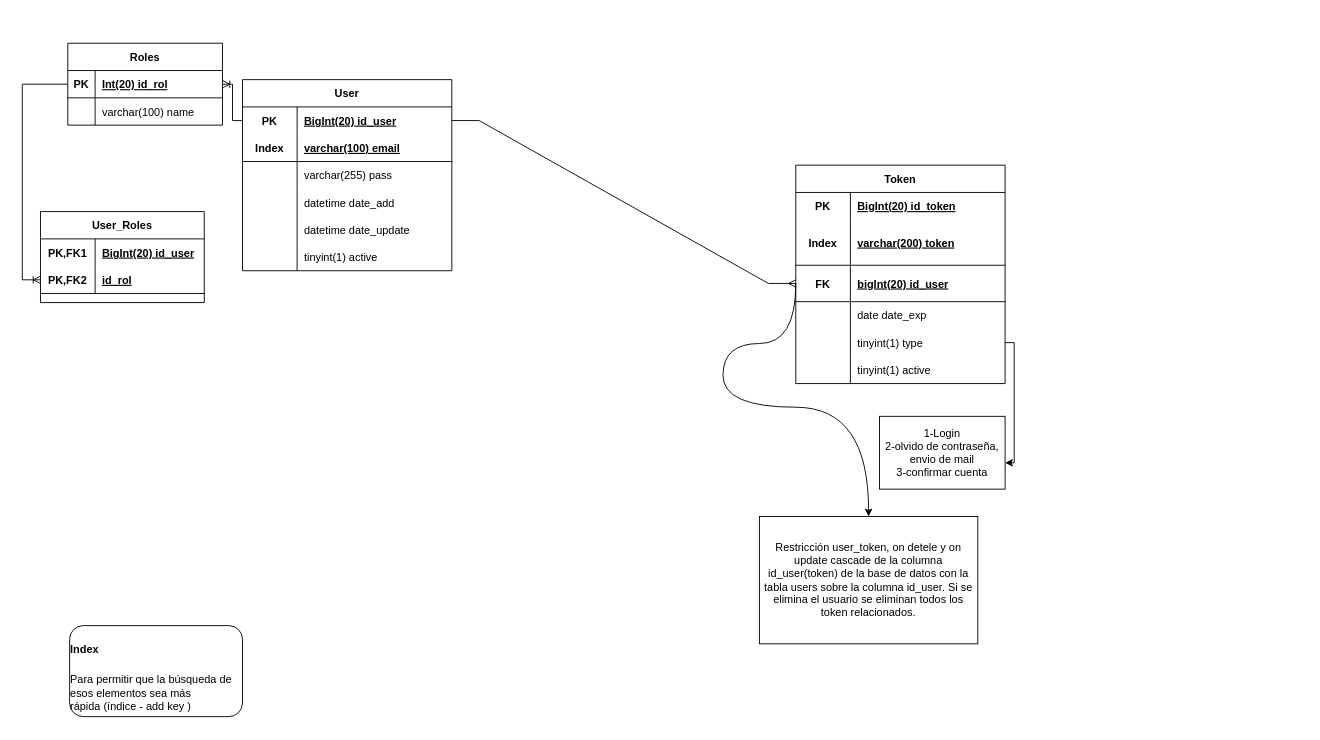
The draw.io diagram database/Mapflet.drawio in C1b3r/easymap, before the edit. Source tidied: cells renumbered, new cells numbered last; positions are measured from the earlier drawing's top-left corner, leaving out a move shared by most shapes. Both pictures are drawn from the tidied source at 91%, with x=0, y=0 at pixel (22, 43).
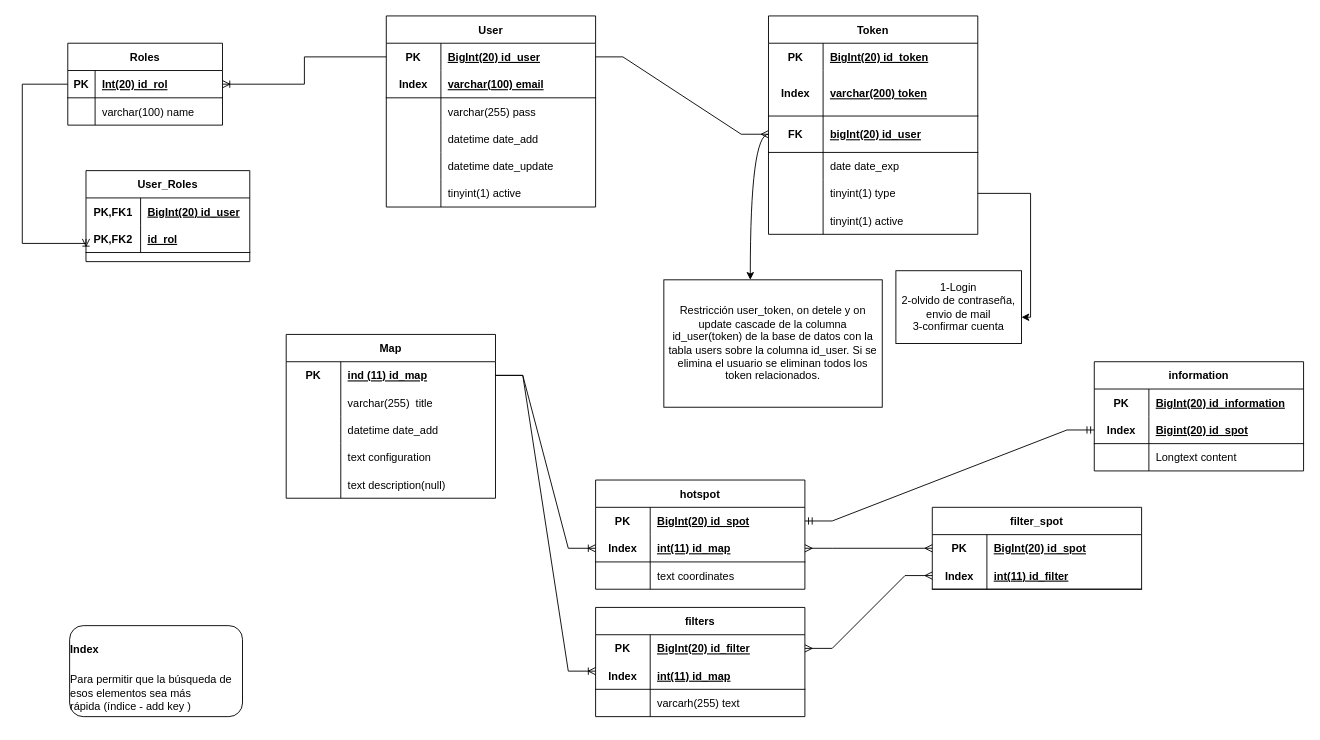
The same page after the edit.

Unchanged cells that the change refers to:
```xml
<mxCell id="28" style="shape=partialRectangle;fillColor=none;top=0;left=0;bottom=1;right=0;points=[[0,0.5],[1,0.5]];portConstraint=eastwest;" parent="21" vertex="1">
  <mxGeometry y="110" width="230" height="40" as="geometry" />
</mxCell>
<mxCell id="47" style="shape=partialRectangle;fillColor=none;top=0;left=0;bottom=1;right=0;points=[[0,0.5],[1,0.5]];portConstraint=eastwest;" parent="46" vertex="1">
  <mxGeometry y="30" width="170" height="30" as="geometry" />
</mxCell>
<mxCell id="57" style="shape=partialRectangle;fillColor=none;top=0;left=0;bottom=1;right=0;points=[[0,0.5],[1,0.5]];portConstraint=eastwest;" parent="53" vertex="1">
  <mxGeometry y="60" width="180" height="30" as="geometry" />
</mxCell>
```

Change to the diagram source:
```diff
@@
     <mxCell id="2" value="User" style="shape=table;startSize=30;childLayout=tableLayout;rowLines=0;fontStyle=1;align=center;" parent="1" vertex="1">
-      <mxGeometry x="242" y="40" width="230" height="210" as="geometry" />
+      <mxGeometry x="400" y="-30" width="230" height="210" as="geometry" />
     </mxCell>
@@
     <mxCell id="21" value="Token" style="shape=table;startSize=30;childLayout=tableLayout;rowLines=0;fontStyle=1;align=center;" parent="1" vertex="1">
-      <mxGeometry x="850" y="134" width="230" height="240" as="geometry" />
+      <mxGeometry x="820" y="-30" width="230" height="240" as="geometry" />
     </mxCell>
@@
     <mxCell id="43" value="1-Login&lt;br&gt;2-olvido de contraseña, envio de mail&lt;br&gt;3-confirmar cuenta" style="rounded=0;whiteSpace=wrap;html=1;" parent="1" vertex="1">
-      <mxGeometry x="942" y="410" width="138" height="80" as="geometry" />
+      <mxGeometry x="960" y="250" width="138" height="80" as="geometry" />
     </mxCell>
     <mxCell id="44" style="curved=1;endArrow=classic;html=1;rounded=0;edgeStyle=orthogonalEdgeStyle;exitX=0;exitY=0.5;exitDx=0;exitDy=0;" parent="1" edge="1" source="28" target="45">
       <mxGeometry relative="1" as="geometry">
         <Array as="points">
-          <mxPoint x="850" y="330" />
-          <mxPoint x="770" y="330" />
-          <mxPoint x="770" y="400" />
-          <mxPoint x="930" y="400" />
+          <mxPoint x="800" y="100" />
         </Array>
       </mxGeometry>
     </mxCell>
     <mxCell id="45" value="Restricción user_token, on detele y on update cascade de la columna id_user(token) de la base de datos con la tabla users sobre la columna id_user. Si se elimina el usuario se eliminan todos los token relacionados." style="rounded=0;whiteSpace=wrap;html=1;" parent="1" vertex="1">
-      <mxGeometry x="810" y="520" width="240" height="140" as="geometry" />
+      <mxGeometry x="705" y="260" width="240" height="140" as="geometry" />
     </mxCell>
@@
     <mxCell id="53" value="User_Roles" style="shape=table;startSize=30;childLayout=tableLayout;rowLines=0;fontStyle=1;align=center;" parent="1" vertex="1">
-      <mxGeometry x="20" y="185" width="180" height="100" as="geometry" />
+      <mxGeometry x="70" y="140" width="180" height="100" as="geometry" />
     </mxCell>
@@
-    <mxCell id="60" style="fontSize=12;html=1;endArrow=ERoneToMany;rounded=0;exitX=0;exitY=0.5;exitDx=0;exitDy=0;edgeStyle=orthogonalEdgeStyle;" parent="1" edge="1" source="47">
+    <mxCell id="60" style="fontSize=12;html=1;endArrow=ERoneToMany;rounded=0;exitX=0;exitY=0.5;exitDx=0;exitDy=0;edgeStyle=orthogonalEdgeStyle;entryX=0;entryY=0.5;entryDx=0;entryDy=0;" parent="1" edge="1" source="47" target="57">
       <mxGeometry relative="1" as="geometry">
-        <mxPoint x="20" y="260" as="targetPoint" />
         <Array as="points">
           <mxPoint y="45" />
-          <mxPoint y="260" />
+          <mxPoint y="220" />
+          <mxPoint x="70" y="220" />
         </Array>
       </mxGeometry>
     </mxCell>
@@
+    <mxCell id="62" value="Map" style="shape=table;startSize=30;childLayout=tableLayout;rowLines=0;fontStyle=1;align=center;" parent="1" vertex="1">
+      <mxGeometry x="290" y="320" width="230" height="180" as="geometry" />
+    </mxCell>
+    <mxCell id="63" style="shape=partialRectangle;fillColor=none;top=0;left=0;bottom=0;right=0;points=[[0,0.5],[1,0.5]];portConstraint=eastwest;" parent="62" vertex="1">
+      <mxGeometry y="30" width="230" height="30" as="geometry" />
+    </mxCell>
+    <mxCell id="64" value="PK" style="shape=partialRectangle;fillColor=none;top=0;left=0;bottom=0;right=0;fontStyle=1;overflow=hidden;" parent="63" vertex="1">
+      <mxGeometry width="60" height="30" as="geometry" />
+    </mxCell>
+    <mxCell id="65" value="ind (11) id_map" style="shape=partialRectangle;fillColor=none;top=0;left=0;bottom=0;right=0;align=left;spacingLeft=6;fontStyle=5;overflow=hidden;" parent="63" vertex="1">
+      <mxGeometry x="60" width="170" height="30" as="geometry" />
+    </mxCell>
+    <mxCell id="66" style="shape=partialRectangle;fillColor=none;top=0;left=0;bottom=0;right=0;" parent="62" vertex="1">
+      <mxGeometry y="60" width="230" height="30" as="geometry" />
+    </mxCell>
+    <mxCell id="67" style="shape=partialRectangle;fillColor=none;top=0;left=0;bottom=0;right=0;overflow=hidden;" parent="66" vertex="1">
+      <mxGeometry width="60" height="30" as="geometry" />
+    </mxCell>
+    <mxCell id="68" value="varchar(255)  title" style="shape=partialRectangle;fillColor=none;top=0;left=0;bottom=0;right=0;align=left;spacingLeft=6;overflow=hidden;" parent="66" vertex="1">
+      <mxGeometry x="60" width="170" height="30" as="geometry" />
+    </mxCell>
+    <mxCell id="69" style="shape=partialRectangle;fillColor=none;top=0;left=0;bottom=0;right=0;" parent="62" vertex="1">
+      <mxGeometry y="90" width="230" height="30" as="geometry" />
+    </mxCell>
+    <mxCell id="70" style="shape=partialRectangle;fillColor=none;top=0;left=0;bottom=0;right=0;overflow=hidden;" parent="69" vertex="1">
+      <mxGeometry width="60" height="30" as="geometry" />
+    </mxCell>
+    <mxCell id="71" value="datetime date_add" style="shape=partialRectangle;fillColor=none;top=0;left=0;bottom=0;right=0;align=left;spacingLeft=6;overflow=hidden;" parent="69" vertex="1">
+      <mxGeometry x="60" width="170" height="30" as="geometry" />
+    </mxCell>
+    <mxCell id="72" style="shape=partialRectangle;fillColor=none;top=0;left=0;bottom=0;right=0;" parent="62" vertex="1">
+      <mxGeometry y="120" width="230" height="30" as="geometry" />
+    </mxCell>
+    <mxCell id="73" style="shape=partialRectangle;fillColor=none;top=0;left=0;bottom=0;right=0;overflow=hidden;" parent="72" vertex="1">
+      <mxGeometry width="60" height="30" as="geometry" />
+    </mxCell>
+    <mxCell id="74" value="text configuration" style="shape=partialRectangle;fillColor=none;top=0;left=0;bottom=0;right=0;align=left;spacingLeft=6;overflow=hidden;" parent="72" vertex="1">
+      <mxGeometry x="60" width="170" height="30" as="geometry" />
+    </mxCell>
+    <mxCell id="75" style="shape=partialRectangle;fillColor=none;top=0;left=0;bottom=0;right=0;" parent="62" vertex="1">
+      <mxGeometry y="150" width="230" height="30" as="geometry" />
+    </mxCell>
+    <mxCell id="76" style="shape=partialRectangle;fillColor=none;top=0;left=0;bottom=0;right=0;overflow=hidden;" parent="75" vertex="1">
+      <mxGeometry width="60" height="30" as="geometry" />
+    </mxCell>
+    <mxCell id="77" value="text description(null)" style="shape=partialRectangle;fillColor=none;top=0;left=0;bottom=0;right=0;align=left;spacingLeft=6;overflow=hidden;" parent="75" vertex="1">
+      <mxGeometry x="60" width="170" height="30" as="geometry" />
+    </mxCell>
+    <mxCell id="78" value="hotspot" style="shape=table;startSize=30;childLayout=tableLayout;rowLines=0;fontStyle=1;align=center;" parent="1" vertex="1">
+      <mxGeometry x="630" y="480" width="230" height="120" as="geometry" />
+    </mxCell>
+    <mxCell id="79" style="shape=partialRectangle;fillColor=none;top=0;left=0;bottom=0;right=0;points=[[0,0.5],[1,0.5]];portConstraint=eastwest;" parent="78" vertex="1">
+      <mxGeometry y="30" width="230" height="30" as="geometry" />
+    </mxCell>
+    <mxCell id="80" value="PK" style="shape=partialRectangle;fillColor=none;top=0;left=0;bottom=0;right=0;fontStyle=1;overflow=hidden;" parent="79" vertex="1">
+      <mxGeometry width="60" height="30" as="geometry" />
+    </mxCell>
+    <mxCell id="81" value="BigInt(20) id_spot" style="shape=partialRectangle;fillColor=none;top=0;left=0;bottom=0;right=0;align=left;spacingLeft=6;fontStyle=5;overflow=hidden;" parent="79" vertex="1">
+      <mxGeometry x="60" width="170" height="30" as="geometry" />
+    </mxCell>
+    <mxCell id="82" style="shape=partialRectangle;fillColor=none;top=0;left=0;bottom=1;right=0;points=[[0,0.5],[1,0.5]];portConstraint=eastwest;" parent="78" vertex="1">
+      <mxGeometry y="60" width="230" height="30" as="geometry" />
+    </mxCell>
+    <mxCell id="83" value="Index" style="shape=partialRectangle;fillColor=none;top=0;left=0;bottom=0;right=0;fontStyle=1;overflow=hidden;" parent="82" vertex="1">
+      <mxGeometry width="60" height="30" as="geometry" />
+    </mxCell>
+    <mxCell id="84" value="int(11) id_map" style="shape=partialRectangle;fillColor=none;top=0;left=0;bottom=0;right=0;align=left;spacingLeft=6;fontStyle=5;overflow=hidden;" parent="82" vertex="1">
+      <mxGeometry x="60" width="170" height="30" as="geometry" />
+    </mxCell>
+    <mxCell id="85" style="shape=partialRectangle;fillColor=none;top=0;left=0;bottom=0;right=0;" parent="78" vertex="1">
+      <mxGeometry y="90" width="230" height="30" as="geometry" />
+    </mxCell>
+    <mxCell id="86" style="shape=partialRectangle;fillColor=none;top=0;left=0;bottom=0;right=0;overflow=hidden;" parent="85" vertex="1">
+      <mxGeometry width="60" height="30" as="geometry" />
+    </mxCell>
+    <mxCell id="87" value="text coordinates" style="shape=partialRectangle;fillColor=none;top=0;left=0;bottom=0;right=0;align=left;spacingLeft=6;overflow=hidden;" parent="85" vertex="1">
+      <mxGeometry x="60" width="170" height="30" as="geometry" />
+    </mxCell>
+    <mxCell id="88" style="edgeStyle=entityRelationEdgeStyle;fontSize=12;html=1;endArrow=ERoneToMany;rounded=0;exitX=1;exitY=0.5;exitDx=0;exitDy=0;entryX=0;entryY=0.5;entryDx=0;entryDy=0;" parent="1" edge="1" source="63" target="82">
+      <mxGeometry relative="1" as="geometry" />
+    </mxCell>
+    <mxCell id="89" value="filters" style="shape=table;startSize=30;childLayout=tableLayout;rowLines=0;fontStyle=1;align=center;" parent="1" vertex="1">
+      <mxGeometry x="630" y="620" width="230" height="120" as="geometry" />
+    </mxCell>
+    <mxCell id="90" style="shape=partialRectangle;fillColor=none;top=0;left=0;bottom=0;right=0;points=[[0,0.5],[1,0.5]];portConstraint=eastwest;" parent="89" vertex="1">
+      <mxGeometry y="30" width="230" height="30" as="geometry" />
+    </mxCell>
+    <mxCell id="91" value="PK" style="shape=partialRectangle;fillColor=none;top=0;left=0;bottom=0;right=0;fontStyle=1;overflow=hidden;" parent="90" vertex="1">
+      <mxGeometry width="60" height="30" as="geometry" />
+    </mxCell>
+    <mxCell id="92" value="BigInt(20) id_filter" style="shape=partialRectangle;fillColor=none;top=0;left=0;bottom=0;right=0;align=left;spacingLeft=6;fontStyle=5;overflow=hidden;" parent="90" vertex="1">
+      <mxGeometry x="60" width="170" height="30" as="geometry" />
+    </mxCell>
+    <mxCell id="93" style="shape=partialRectangle;fillColor=none;top=0;left=0;bottom=1;right=0;" parent="89" vertex="1">
+      <mxGeometry y="60" width="230" height="30" as="geometry" />
+    </mxCell>
+    <mxCell id="94" value="Index" style="shape=partialRectangle;fillColor=none;top=0;left=0;bottom=0;right=0;fontStyle=1;overflow=hidden;" parent="93" vertex="1">
+      <mxGeometry width="60" height="30" as="geometry" />
+    </mxCell>
+    <mxCell id="95" value="int(11) id_map" style="shape=partialRectangle;fillColor=none;top=0;left=0;bottom=0;right=0;align=left;spacingLeft=6;fontStyle=5;overflow=hidden;" parent="93" vertex="1">
+      <mxGeometry x="60" width="170" height="30" as="geometry" />
+    </mxCell>
+    <mxCell id="96" style="shape=partialRectangle;fillColor=none;top=0;left=0;bottom=0;right=0;" parent="89" vertex="1">
+      <mxGeometry y="90" width="230" height="30" as="geometry" />
+    </mxCell>
+    <mxCell id="97" style="shape=partialRectangle;fillColor=none;top=0;left=0;bottom=0;right=0;overflow=hidden;" parent="96" vertex="1">
+      <mxGeometry width="60" height="30" as="geometry" />
+    </mxCell>
+    <mxCell id="98" value="varcarh(255) text" style="shape=partialRectangle;fillColor=none;top=0;left=0;bottom=0;right=0;align=left;spacingLeft=6;overflow=hidden;" parent="96" vertex="1">
+      <mxGeometry x="60" width="170" height="30" as="geometry" />
+    </mxCell>
+    <mxCell id="99" style="edgeStyle=entityRelationEdgeStyle;fontSize=12;html=1;endArrow=ERoneToMany;rounded=0;exitX=1;exitY=0.5;exitDx=0;exitDy=0;" parent="1" edge="1" source="63">
+      <mxGeometry relative="1" as="geometry">
+        <mxPoint x="630" y="690" as="targetPoint" />
+      </mxGeometry>
+    </mxCell>
+    <mxCell id="100" value="filter_spot" style="shape=table;startSize=30;childLayout=tableLayout;rowLines=0;fontStyle=1;align=center;" parent="1" vertex="1">
+      <mxGeometry x="1000" y="510" width="230" height="90" as="geometry" />
+    </mxCell>
+    <mxCell id="101" style="shape=partialRectangle;fillColor=none;top=0;left=0;bottom=0;right=0;points=[[0,0.5],[1,0.5]];portConstraint=eastwest;" parent="100" vertex="1">
+      <mxGeometry y="30" width="230" height="30" as="geometry" />
+    </mxCell>
+    <mxCell id="102" value="PK" style="shape=partialRectangle;fillColor=none;top=0;left=0;bottom=0;right=0;fontStyle=1;overflow=hidden;" parent="101" vertex="1">
+      <mxGeometry width="60" height="30" as="geometry" />
+    </mxCell>
+    <mxCell id="103" value="BigInt(20) id_spot" style="shape=partialRectangle;fillColor=none;top=0;left=0;bottom=0;right=0;align=left;spacingLeft=6;fontStyle=5;overflow=hidden;" parent="101" vertex="1">
+      <mxGeometry x="60" width="170" height="30" as="geometry" />
+    </mxCell>
+    <mxCell id="104" style="shape=partialRectangle;fillColor=none;top=0;left=0;bottom=1;right=0;points=[[0,0.5],[1,0.5]];portConstraint=eastwest;" parent="100" vertex="1">
+      <mxGeometry y="60" width="230" height="30" as="geometry" />
+    </mxCell>
+    <mxCell id="105" value="Index" style="shape=partialRectangle;fillColor=none;top=0;left=0;bottom=0;right=0;fontStyle=1;overflow=hidden;" parent="104" vertex="1">
+      <mxGeometry width="60" height="30" as="geometry" />
+    </mxCell>
+    <mxCell id="106" value="int(11) id_filter" style="shape=partialRectangle;fillColor=none;top=0;left=0;bottom=0;right=0;align=left;spacingLeft=6;fontStyle=5;overflow=hidden;" parent="104" vertex="1">
+      <mxGeometry x="60" width="170" height="30" as="geometry" />
+    </mxCell>
+    <mxCell id="107" style="edgeStyle=entityRelationEdgeStyle;fontSize=12;html=1;endArrow=ERmany;startArrow=ERmany;rounded=0;entryX=0;entryY=0.5;entryDx=0;entryDy=0;" parent="1" edge="1" source="82" target="101">
+      <mxGeometry relative="1" as="geometry" />
+    </mxCell>
+    <mxCell id="108" style="edgeStyle=entityRelationEdgeStyle;fontSize=12;html=1;endArrow=ERmany;startArrow=ERmany;rounded=0;entryX=0;entryY=0.5;entryDx=0;entryDy=0;exitX=1;exitY=0.5;exitDx=0;exitDy=0;" parent="1" edge="1" source="90" target="104">
+      <mxGeometry relative="1" as="geometry" />
+    </mxCell>
+    <mxCell id="109" value="information" style="shape=table;startSize=30;childLayout=tableLayout;rowLines=0;fontStyle=1;align=center;" parent="1" vertex="1">
+      <mxGeometry x="1178" y="350" width="230" height="120" as="geometry" />
+    </mxCell>
+    <mxCell id="110" style="shape=partialRectangle;fillColor=none;top=0;left=0;bottom=0;right=0;" parent="109" vertex="1">
+      <mxGeometry y="30" width="230" height="30" as="geometry" />
+    </mxCell>
+    <mxCell id="111" value="PK" style="shape=partialRectangle;fillColor=none;top=0;left=0;bottom=0;right=0;fontStyle=1;overflow=hidden;" parent="110" vertex="1">
+      <mxGeometry width="60" height="30" as="geometry" />
+    </mxCell>
+    <mxCell id="112" value="BigInt(20) id_information" style="shape=partialRectangle;fillColor=none;top=0;left=0;bottom=0;right=0;align=left;spacingLeft=6;fontStyle=5;overflow=hidden;" parent="110" vertex="1">
+      <mxGeometry x="60" width="170" height="30" as="geometry" />
+    </mxCell>
+    <mxCell id="113" style="shape=partialRectangle;fillColor=none;top=0;left=0;bottom=1;right=0;points=[[0,0.5],[1,0.5]];portConstraint=eastwest;" parent="109" vertex="1">
+      <mxGeometry y="60" width="230" height="30" as="geometry" />
+    </mxCell>
+    <mxCell id="114" value="Index" style="shape=partialRectangle;fillColor=none;top=0;left=0;bottom=0;right=0;fontStyle=1;overflow=hidden;" parent="113" vertex="1">
+      <mxGeometry width="60" height="30" as="geometry" />
+    </mxCell>
+    <mxCell id="115" value="Bigint(20) id_spot" style="shape=partialRectangle;fillColor=none;top=0;left=0;bottom=0;right=0;align=left;spacingLeft=6;fontStyle=5;overflow=hidden;" parent="113" vertex="1">
+      <mxGeometry x="60" width="170" height="30" as="geometry" />
+    </mxCell>
+    <mxCell id="116" style="shape=partialRectangle;fillColor=none;top=0;left=0;bottom=0;right=0;" parent="109" vertex="1">
+      <mxGeometry y="90" width="230" height="30" as="geometry" />
+    </mxCell>
+    <mxCell id="117" style="shape=partialRectangle;fillColor=none;top=0;left=0;bottom=0;right=0;overflow=hidden;" parent="116" vertex="1">
+      <mxGeometry width="60" height="30" as="geometry" />
+    </mxCell>
+    <mxCell id="118" value="Longtext content" style="shape=partialRectangle;fillColor=none;top=0;left=0;bottom=0;right=0;align=left;spacingLeft=6;overflow=hidden;" parent="116" vertex="1">
+      <mxGeometry x="60" width="170" height="30" as="geometry" />
+    </mxCell>
+    <mxCell id="119" style="edgeStyle=entityRelationEdgeStyle;fontSize=12;html=1;endArrow=ERmandOne;startArrow=ERmandOne;rounded=0;entryX=0;entryY=0.5;entryDx=0;entryDy=0;exitX=1;exitY=0.5;exitDx=0;exitDy=0;" parent="1" edge="1" source="79" target="113">
+      <mxGeometry relative="1" as="geometry" />
+    </mxCell>
```
